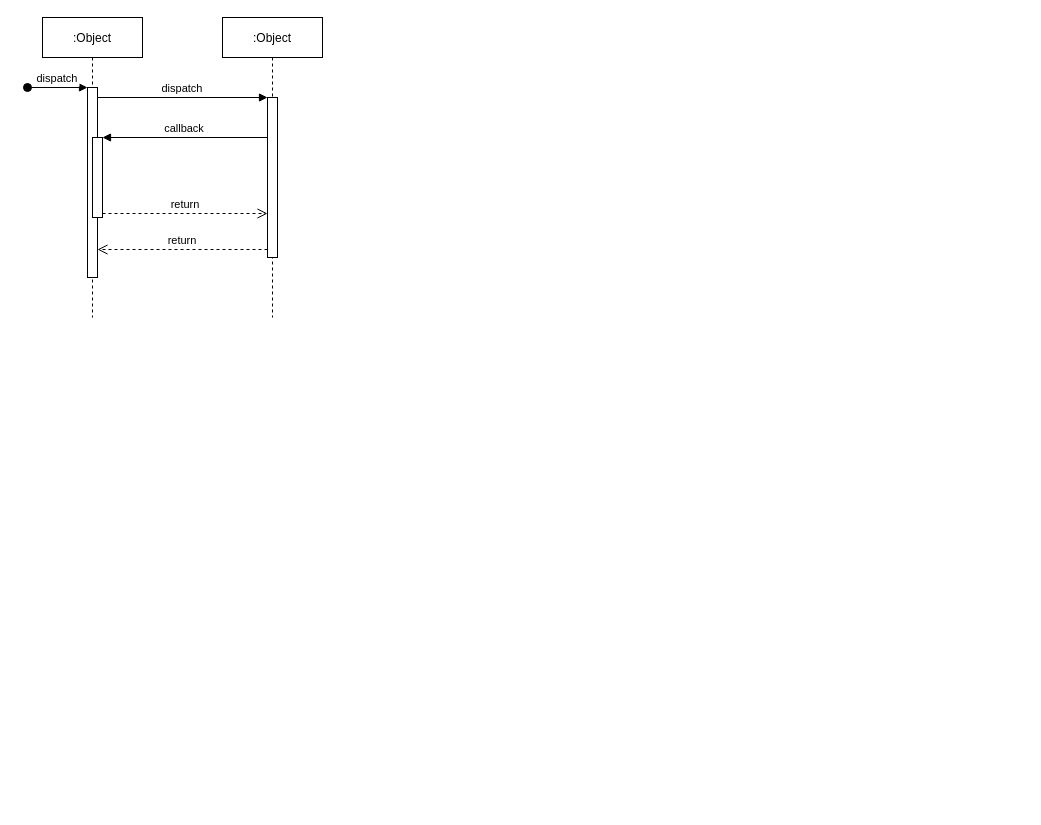
Above: 未命名绘图.drawio in Ordertiny/graph (draw.io), before the change. Source tidied: cells renumbered, new cells numbered last; positions are measured from the earlier drawing's top-left corner, leaving out a move shared by most shapes. Both pictures are drawn from the tidied source at 100%, with x=0, y=0 at pixel (27, 17).
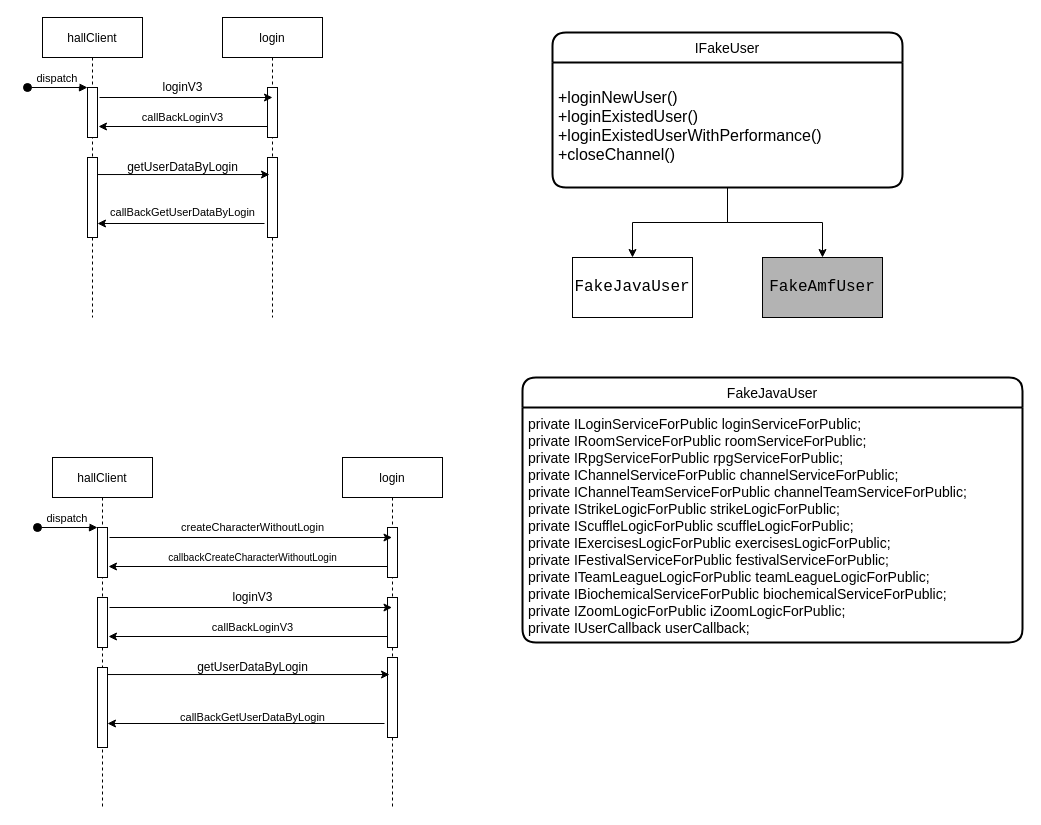
The same page after the edit.

Commit message:
更新未命名绘图.drawio

Diff of the diagram source:
```diff
@@
-    <mxCell id="2" value=":Object" style="shape=umlLifeline;perimeter=lifelinePerimeter;rounded=0;shadow=0;strokeWidth=1;" parent="1" vertex="1">
+    <mxCell id="2" value="hallClient" style="shape=umlLifeline;perimeter=lifelinePerimeter;rounded=0;shadow=0;strokeWidth=1;" parent="1" vertex="1">
       <mxGeometry x="15" width="100" height="300" as="geometry" />
     </mxCell>
-    <mxCell id="3" style="points=[];perimeter=orthogonalPerimeter;rounded=0;shadow=0;strokeWidth=1;" parent="2" vertex="1">
-      <mxGeometry x="45" y="70" width="10" height="190" as="geometry" />
-    </mxCell>
-    <mxCell id="4" value="dispatch" style="verticalAlign=bottom;startArrow=oval;endArrow=block;startSize=8;shadow=0;strokeWidth=1;" parent="2" edge="1" target="3">
+    <mxCell id="4" value="dispatch" style="verticalAlign=bottom;startArrow=oval;endArrow=block;startSize=8;shadow=0;strokeWidth=1;" parent="2" edge="1">
       <mxGeometry relative="1" as="geometry">
         <mxPoint x="-15" y="70" as="sourcePoint" />
+        <mxPoint x="45" y="70" as="targetPoint" />
       </mxGeometry>
     </mxCell>
     <mxCell id="5" style="points=[];perimeter=orthogonalPerimeter;rounded=0;shadow=0;strokeWidth=1;" parent="2" vertex="1">
-      <mxGeometry x="50" y="120" width="10" height="80" as="geometry" />
+      <mxGeometry x="45" y="70" width="10" height="50" as="geometry" />
     </mxCell>
+    <mxCell id="12" style="html=1;points=[];perimeter=orthogonalPerimeter;fontSize=11;" parent="2" vertex="1">
+      <mxGeometry x="45" y="140" width="10" height="80" as="geometry" />
+    </mxCell>
-    <mxCell id="6" value=":Object" style="shape=umlLifeline;perimeter=lifelinePerimeter;rounded=0;shadow=0;strokeWidth=1;" parent="1" vertex="1">
+    <mxCell id="6" value="login" style="shape=umlLifeline;perimeter=lifelinePerimeter;rounded=0;shadow=0;strokeWidth=1;" parent="1" vertex="1">
       <mxGeometry x="195" width="100" height="300" as="geometry" />
     </mxCell>
     <mxCell id="7" style="points=[];perimeter=orthogonalPerimeter;rounded=0;shadow=0;strokeWidth=1;" parent="6" vertex="1">
-      <mxGeometry x="45" y="80" width="10" height="160" as="geometry" />
+      <mxGeometry x="45" y="70" width="10" height="50" as="geometry" />
     </mxCell>
-    <mxCell id="8" value="return" style="verticalAlign=bottom;endArrow=open;dashed=1;endSize=8;exitX=0;exitY=0.95;shadow=0;strokeWidth=1;" parent="1" edge="1" source="7" target="3">
-      <mxGeometry relative="1" as="geometry" />
-    </mxCell>
+    <mxCell id="13" style="html=1;points=[];perimeter=orthogonalPerimeter;fontSize=11;" parent="6" vertex="1">
+      <mxGeometry x="45" y="140" width="10" height="80" as="geometry" />
+    </mxCell>
+    <mxCell id="14" style="endArrow=classic;html=1;rounded=0;exitX=1.2;exitY=0.2;exitDx=0;exitDy=0;exitPerimeter=0;" parent="1" edge="1" source="5">
+      <mxGeometry relative="1" as="geometry">
+        <mxPoint x="245" y="80" as="targetPoint" />
+      </mxGeometry>
+    </mxCell>
+    <mxCell id="15" value="&lt;div style=&quot;background-color: rgb(255, 255, 255); font-size: 12px;&quot;&gt;loginV3&lt;/div&gt;" style="text;html=1;align=center;verticalAlign=middle;strokeColor=none;fillColor=none;fontSize=12;fontFamily=Helvetica;" parent="1" vertex="1">
+      <mxGeometry x="125" y="50" width="60" height="40" as="geometry" />
+    </mxCell>
+    <mxCell id="10" style="endArrow=classic;html=1;rounded=0;entryX=1.1;entryY=0.78;entryDx=0;entryDy=0;entryPerimeter=0;" parent="1" edge="1" source="7" target="5">
+      <mxGeometry relative="1" as="geometry" />
+    </mxCell>
+    <mxCell id="16" value="&lt;div style=&quot;background-color: rgb(255, 255, 255); font-size: 11px;&quot;&gt;callBackLoginV3&lt;/div&gt;" style="text;html=1;align=center;verticalAlign=middle;strokeColor=none;fillColor=none;fontSize=11;fontFamily=Helvetica;" parent="1" vertex="1">
+      <mxGeometry x="100" y="80" width="110" height="40" as="geometry" />
+    </mxCell>
+    <mxCell id="17" style="endArrow=classic;html=1;rounded=0;fontSize=11;entryX=0.2;entryY=0.213;entryDx=0;entryDy=0;entryPerimeter=0;" parent="1" edge="1" source="12" target="13">
+      <mxGeometry relative="1" as="geometry" />
+    </mxCell>
+    <mxCell id="18" value="&lt;div style=&quot;font-size: 12px;&quot;&gt;getUserDataByLogin&lt;/div&gt;" style="text;html=1;align=center;verticalAlign=middle;strokeColor=none;fillColor=none;fontSize=12;fontFamily=Helvetica;labelBackgroundColor=none;" parent="1" vertex="1">
+      <mxGeometry x="90" y="140" width="130" height="20" as="geometry" />
+    </mxCell>
+    <mxCell id="19" style="endArrow=classic;html=1;rounded=0;fontFamily=Helvetica;fontSize=12;exitX=-0.3;exitY=0.825;exitDx=0;exitDy=0;exitPerimeter=0;" parent="1" edge="1" source="13" target="12">
+      <mxGeometry relative="1" as="geometry" />
+    </mxCell>
+    <mxCell id="20" value="&lt;div style=&quot;font-size: 11px;&quot;&gt;&lt;span style=&quot;font-size: 11px;&quot;&gt;callBackGetUserDataByLogin&lt;/span&gt;&lt;/div&gt;" style="text;html=1;align=center;verticalAlign=middle;strokeColor=none;fillColor=none;fontSize=11;fontFamily=Helvetica;fontColor=default;labelBackgroundColor=none;fontStyle=0;" parent="1" vertex="1">
+      <mxGeometry x="70" y="185" width="170" height="20" as="geometry" />
+    </mxCell>
+    <mxCell id="21" value="hallClient" style="shape=umlLifeline;perimeter=lifelinePerimeter;rounded=0;shadow=0;strokeWidth=1;" parent="1" vertex="1">
+      <mxGeometry x="25" y="440" width="100" height="350" as="geometry" />
+    </mxCell>
-    <mxCell id="9" value="dispatch" style="verticalAlign=bottom;endArrow=block;entryX=0;entryY=0;shadow=0;strokeWidth=1;" parent="1" edge="1" source="3" target="7">
-      <mxGeometry relative="1" as="geometry" />
+    <mxCell id="9" value="dispatch" style="verticalAlign=bottom;startArrow=oval;endArrow=block;startSize=8;shadow=0;strokeWidth=1;" parent="21" edge="1">
+      <mxGeometry relative="1" as="geometry">
+        <mxPoint x="-15" y="70" as="sourcePoint" />
+        <mxPoint x="45" y="70" as="targetPoint" />
+      </mxGeometry>
     </mxCell>
-    <mxCell id="10" value="callback" style="verticalAlign=bottom;endArrow=block;entryX=1;entryY=0;shadow=0;strokeWidth=1;" parent="1" edge="1" source="7" target="5">
-      <mxGeometry relative="1" as="geometry" />
-    </mxCell>
-    <mxCell id="11" value="return" style="verticalAlign=bottom;endArrow=open;dashed=1;endSize=8;exitX=1;exitY=0.95;shadow=0;strokeWidth=1;" parent="1" edge="1" source="5" target="7">
-      <mxGeometry relative="1" as="geometry" />
-    </mxCell>
+    <mxCell id="22" style="points=[];perimeter=orthogonalPerimeter;rounded=0;shadow=0;strokeWidth=1;" parent="21" vertex="1">
+      <mxGeometry x="45" y="70" width="10" height="50" as="geometry" />
+    </mxCell>
+    <mxCell id="23" value="login" style="shape=umlLifeline;perimeter=lifelinePerimeter;rounded=0;shadow=0;strokeWidth=1;" parent="1" vertex="1">
+      <mxGeometry x="315" y="440" width="100" height="350" as="geometry" />
+    </mxCell>
+    <mxCell id="24" style="points=[];perimeter=orthogonalPerimeter;rounded=0;shadow=0;strokeWidth=1;" parent="23" vertex="1">
+      <mxGeometry x="45" y="70" width="10" height="50" as="geometry" />
+    </mxCell>
+    <mxCell id="25" style="points=[];perimeter=orthogonalPerimeter;rounded=0;shadow=0;strokeWidth=1;" parent="23" vertex="1">
+      <mxGeometry x="45" y="140" width="10" height="50" as="geometry" />
+    </mxCell>
+    <mxCell id="26" style="html=1;points=[];perimeter=orthogonalPerimeter;fontSize=11;" parent="23" vertex="1">
+      <mxGeometry x="45" y="200" width="10" height="80" as="geometry" />
+    </mxCell>
+    <mxCell id="27" style="endArrow=classic;html=1;rounded=0;exitX=1.2;exitY=0.2;exitDx=0;exitDy=0;exitPerimeter=0;" parent="1" edge="1" source="22" target="23">
+      <mxGeometry relative="1" as="geometry" />
+    </mxCell>
+    <mxCell id="28" value="&lt;div style=&quot;background-color: rgb(255, 255, 255); font-size: 11px;&quot;&gt;&lt;div style=&quot;font-size: 11px;&quot;&gt;createCharacterWithoutLogin&lt;/div&gt;&lt;/div&gt;" style="text;html=1;align=center;verticalAlign=middle;strokeColor=none;fillColor=none;fontSize=11;fontFamily=Helvetica;" parent="1" vertex="1">
+      <mxGeometry x="135" y="490" width="180" height="40" as="geometry" />
+    </mxCell>
+    <mxCell id="29" style="endArrow=classic;html=1;rounded=0;entryX=1.1;entryY=0.78;entryDx=0;entryDy=0;entryPerimeter=0;" parent="1" edge="1" source="24" target="22">
+      <mxGeometry relative="1" as="geometry" />
+    </mxCell>
+    <mxCell id="30" value="&lt;div style=&quot;font-size: 10px;&quot;&gt;&lt;div style=&quot;font-size: 10px;&quot;&gt;callbackCreateCharacterWithoutLogin&lt;/div&gt;&lt;/div&gt;" style="text;html=1;align=center;verticalAlign=middle;strokeColor=none;fillColor=none;fontSize=10;fontFamily=Helvetica;fontStyle=0;labelBackgroundColor=none;" parent="1" vertex="1">
+      <mxGeometry x="115" y="530" width="220" height="20" as="geometry" />
+    </mxCell>
+    <mxCell id="31" style="points=[];perimeter=orthogonalPerimeter;rounded=0;shadow=0;strokeWidth=1;" parent="1" vertex="1">
+      <mxGeometry x="70" y="580" width="10" height="50" as="geometry" />
+    </mxCell>
+    <mxCell id="32" style="html=1;points=[];perimeter=orthogonalPerimeter;fontSize=11;" parent="1" vertex="1">
+      <mxGeometry x="70" y="650" width="10" height="80" as="geometry" />
+    </mxCell>
+    <mxCell id="33" style="endArrow=classic;html=1;rounded=0;exitX=1.2;exitY=0.2;exitDx=0;exitDy=0;exitPerimeter=0;" parent="1" edge="1" source="31" target="23">
+      <mxGeometry relative="1" as="geometry" />
+    </mxCell>
+    <mxCell id="34" style="endArrow=classic;html=1;rounded=0;entryX=1.1;entryY=0.78;entryDx=0;entryDy=0;entryPerimeter=0;" parent="1" edge="1" source="25" target="31">
+      <mxGeometry relative="1" as="geometry" />
+    </mxCell>
+    <mxCell id="35" value="&lt;div style=&quot;background-color: rgb(255, 255, 255); font-size: 11px;&quot;&gt;callBackLoginV3&lt;/div&gt;" style="text;html=1;align=center;verticalAlign=middle;strokeColor=none;fillColor=none;fontSize=11;fontFamily=Helvetica;" parent="1" vertex="1">
+      <mxGeometry x="170" y="590" width="110" height="40" as="geometry" />
+    </mxCell>
+    <mxCell id="36" style="endArrow=classic;html=1;rounded=0;fontSize=11;entryX=0.2;entryY=0.213;entryDx=0;entryDy=0;entryPerimeter=0;" parent="1" edge="1" source="32" target="26">
+      <mxGeometry relative="1" as="geometry" />
+    </mxCell>
+    <mxCell id="37" value="&lt;div style=&quot;font-size: 12px;&quot;&gt;getUserDataByLogin&lt;/div&gt;" style="text;html=1;align=center;verticalAlign=middle;strokeColor=none;fillColor=none;fontSize=12;fontFamily=Helvetica;labelBackgroundColor=none;" parent="1" vertex="1">
+      <mxGeometry x="160" y="640" width="130" height="20" as="geometry" />
+    </mxCell>
+    <mxCell id="38" style="endArrow=classic;html=1;rounded=0;fontFamily=Helvetica;fontSize=12;exitX=-0.3;exitY=0.825;exitDx=0;exitDy=0;exitPerimeter=0;" parent="1" edge="1" source="26" target="32">
+      <mxGeometry relative="1" as="geometry" />
+    </mxCell>
+    <mxCell id="39" value="&lt;div style=&quot;font-size: 11px;&quot;&gt;&lt;span style=&quot;font-size: 11px;&quot;&gt;callBackGetUserDataByLogin&lt;/span&gt;&lt;/div&gt;" style="text;html=1;align=center;verticalAlign=middle;strokeColor=none;fillColor=none;fontSize=11;fontFamily=Helvetica;fontColor=default;labelBackgroundColor=none;fontStyle=0;" parent="1" vertex="1">
+      <mxGeometry x="140" y="690" width="170" height="20" as="geometry" />
+    </mxCell>
+    <mxCell id="40" value="&lt;div style=&quot;background-color: rgb(255, 255, 255); font-size: 12px;&quot;&gt;loginV3&lt;/div&gt;" style="text;html=1;align=center;verticalAlign=middle;strokeColor=none;fillColor=none;fontSize=12;fontFamily=Helvetica;" parent="1" vertex="1">
+      <mxGeometry x="195" y="560" width="60" height="40" as="geometry" />
+    </mxCell>
+    <mxCell id="41" value="IFakeUser" style="swimlane;horizontal=1;startSize=30;rounded=1;fontSize=14;fontStyle=0;strokeWidth=2;shadow=0;dashed=0;align=center;labelBackgroundColor=none;fontFamily=Helvetica;fontColor=default;" parent="1" vertex="1">
+      <mxGeometry x="525" y="15" width="350" height="155" as="geometry" />
+    </mxCell>
+    <mxCell id="42" value="+loginNewUser()&#10;+loginExistedUser()&#10;+loginExistedUserWithPerformance()&#10;+closeChannel()" style="align=left;strokeColor=none;fillColor=none;spacingLeft=4;fontSize=16;verticalAlign=middle;labelBackgroundColor=none;fontFamily=Helvetica;fontColor=default;" parent="41" vertex="1">
+      <mxGeometry y="30" width="350" height="125" as="geometry" />
+    </mxCell>
+    <mxCell id="43" value="&lt;pre style=&quot;font-size: 12pt;&quot;&gt;FakeAmfUser&lt;/pre&gt;" style="rounded=0;whiteSpace=wrap;html=1;labelBackgroundColor=none;fontFamily=Helvetica;fontSize=16;fontColor=default;fillColor=#B3B3B3;" parent="1" vertex="1">
+      <mxGeometry x="735" y="240" width="120" height="60" as="geometry" />
+    </mxCell>
+    <mxCell id="44" value="&lt;pre style=&quot;background-color: rgb(255 , 255 , 255) ; font-size: 12pt&quot;&gt;FakeJavaUser&lt;/pre&gt;" style="rounded=0;whiteSpace=wrap;html=1;labelBackgroundColor=none;fontFamily=Helvetica;fontSize=16;fontColor=default;" parent="1" vertex="1">
+      <mxGeometry x="545" y="240" width="120" height="60" as="geometry" />
+    </mxCell>
+    <mxCell id="45" style="edgeStyle=orthogonalEdgeStyle;rounded=0;jettySize=auto;html=1;exitX=0.5;exitY=1;exitDx=0;exitDy=0;entryX=0.5;entryY=0;entryDx=0;entryDy=0;fontFamily=Helvetica;fontSize=16;fontColor=default;" parent="1" edge="1" source="42" target="44">
+      <mxGeometry relative="1" as="geometry" />
+    </mxCell>
+    <mxCell id="46" style="edgeStyle=orthogonalEdgeStyle;rounded=0;jettySize=auto;html=1;exitX=0.5;exitY=1;exitDx=0;exitDy=0;fontFamily=Helvetica;fontSize=16;fontColor=default;" parent="1" edge="1" source="42" target="43">
+      <mxGeometry relative="1" as="geometry" />
+    </mxCell>
+    <mxCell id="47" value="FakeJavaUser" style="swimlane;horizontal=1;startSize=30;rounded=1;fontSize=14;fontStyle=0;strokeWidth=2;shadow=0;dashed=0;align=center;labelBackgroundColor=none;fontFamily=Helvetica;fontColor=default;" parent="1" vertex="1">
+      <mxGeometry x="495" y="360" width="500" height="265" as="geometry" />
+    </mxCell>
+    <mxCell id="48" value="private ILoginServiceForPublic loginServiceForPublic;&#10;private IRoomServiceForPublic roomServiceForPublic;&#10;private IRpgServiceForPublic rpgServiceForPublic;&#10;private IChannelServiceForPublic channelServiceForPublic;&#10;private IChannelTeamServiceForPublic channelTeamServiceForPublic;&#10;private IStrikeLogicForPublic strikeLogicForPublic;&#10;private IScuffleLogicForPublic scuffleLogicForPublic;&#10;private IExercisesLogicForPublic exercisesLogicForPublic;&#10;private IFestivalServiceForPublic festivalServiceForPublic;&#10;private ITeamLeagueLogicForPublic teamLeagueLogicForPublic;&#10;private IBiochemicalServiceForPublic biochemicalServiceForPublic;&#10;private IZoomLogicForPublic iZoomLogicForPublic;&#10;private IUserCallback userCallback;" style="align=left;strokeColor=none;fillColor=none;spacingLeft=4;fontSize=14;verticalAlign=middle;labelBackgroundColor=none;fontFamily=Helvetica;fontColor=default;" parent="47" vertex="1">
+      <mxGeometry y="30" width="500" height="235" as="geometry" />
+    </mxCell>
```
